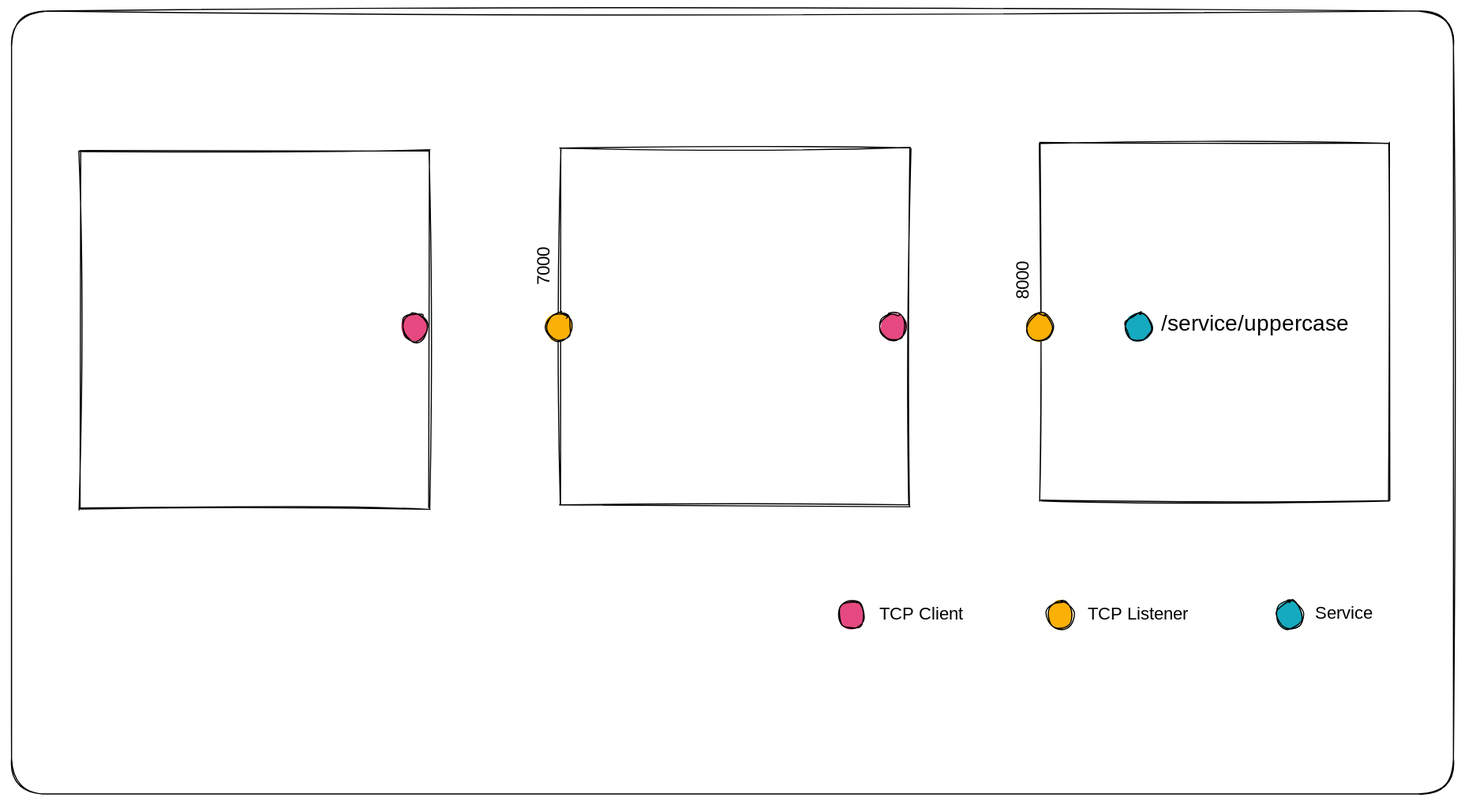
Earlier version of the Excalidraw export .gitbook/assets/file.excalidraw.svg (build-trust/ockam-documentation). Source tidied: one line per element, renumbered; positions are measured from the earlier drawing's top-left corner, leaving out a move shared by most shapes.
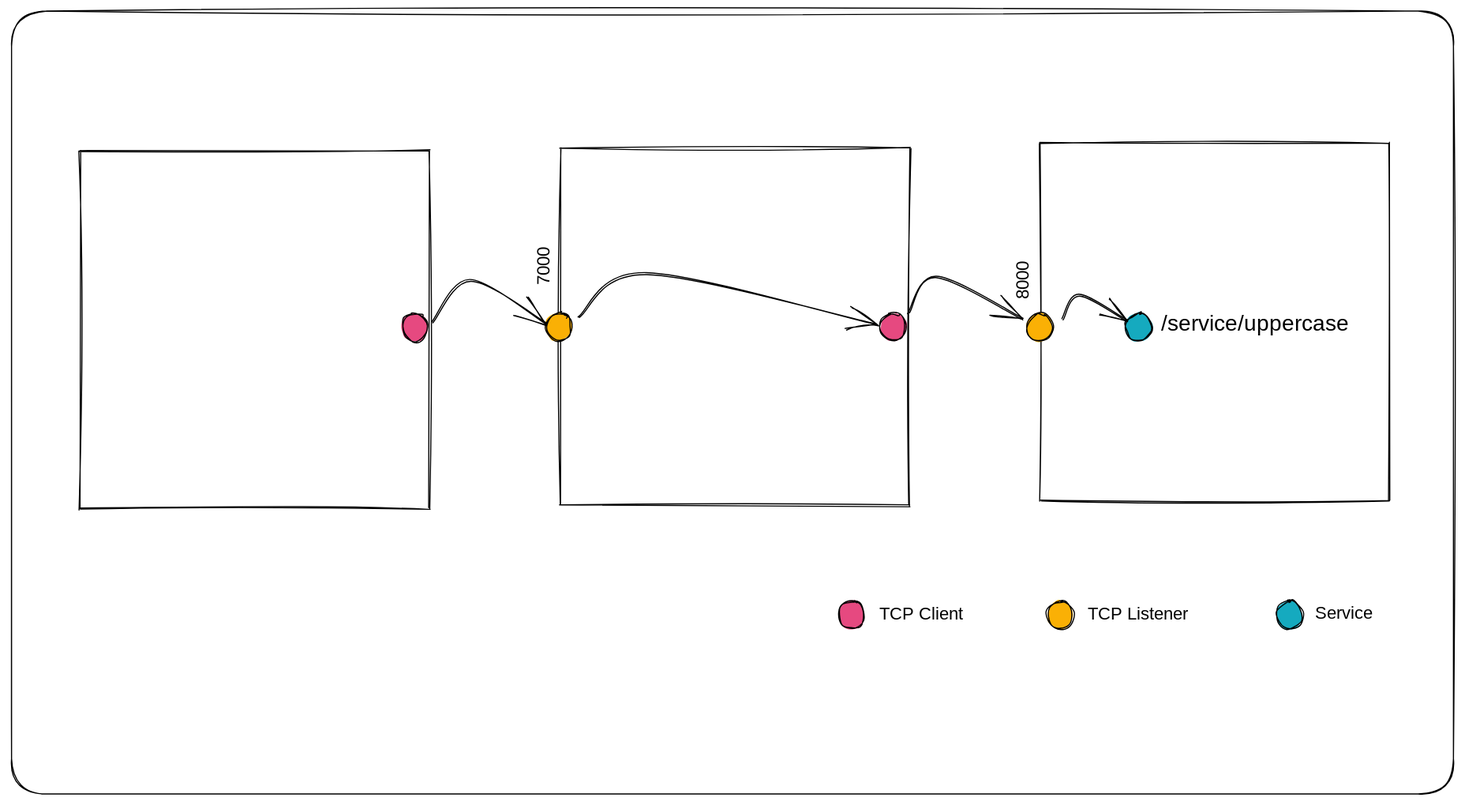
Above is the later version.

Commit message:
GITBOOK-905: change request with no subject merged in GitBook

Change to the diagram source:
```diff
@@ -16,3 +16,7 @@
 {"id": 15, "type": "text", "text": "TCP Listener", "strokeColor": "#000000", "strokeWidth": 1, "roughness": 1, "fontSize": 16, "fontFamily": 1, "x": 975, "y": 537, "width": 106, "height": 20}
 {"id": 16, "type": "ellipse", "strokeColor": "#000000", "backgroundColor": "#15aabf", "fillStyle": "solid", "strokeWidth": 1, "roughness": 1, "round": true, "x": 1145, "y": 534, "width": 23, "height": 25}
 {"id": 17, "type": "text", "text": "Service", "strokeColor": "#000000", "strokeWidth": 1, "roughness": 1, "fontSize": 16, "fontFamily": 1, "x": 1180, "y": 536, "width": 56, "height": 20}
+{"id": 18, "type": "arrow", "strokeColor": "#000000", "strokeWidth": 1, "roughness": 1, "endArrowhead": "arrow", "round": true, "from": 10, "to": 4, "x": 812, "y": 274, "width": 103, "height": 38, "points": [[0, 0], [25, -33], [103, 4]]}
+{"id": 19, "type": "arrow", "strokeColor": "#000000", "strokeWidth": 1, "roughness": 1, "endArrowhead": "arrow", "round": true, "from": 11, "to": 6, "x": 381, "y": 282, "width": 104, "height": 39, "points": [[0, 0], [35, -38], [104, 2]]}
+{"id": 20, "type": "arrow", "strokeColor": "#000000", "strokeWidth": 1, "roughness": 1, "endArrowhead": "arrow", "round": true, "from": 4, "to": 3, "x": 951, "y": 280, "width": 59, "height": 23, "points": [[0, 0], [15, -22], [59, 1]]}
+{"id": 21, "type": "arrow", "strokeColor": "#000000", "strokeWidth": 1, "roughness": 1, "endArrowhead": "arrow", "round": true, "from": 9, "to": 10, "x": 513, "y": 276, "width": 269, "height": 45, "points": [[0, 0], [61, -38], [269, 7]]}
```
